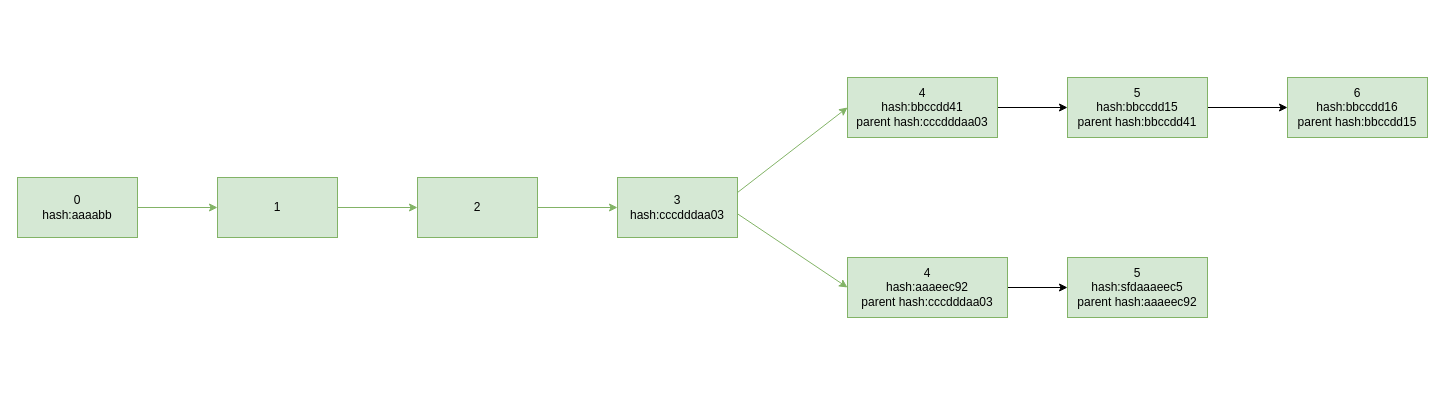
The draw.io diagram drawio/SwitchFork分析.drawio in forfreeday/design, before the edit. Source tidied: cells renumbered, new cells numbered last; positions are measured from the earlier drawing's top-left corner, leaving out a move shared by most shapes. Both pictures are drawn from the tidied source at 100%, with x=0, y=0 at pixel (17, 77).
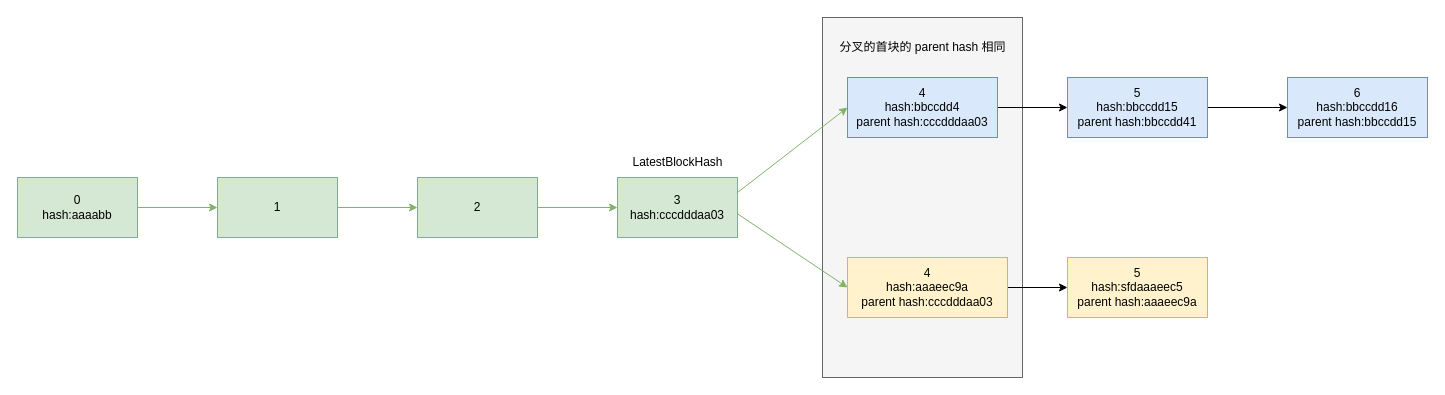
Above is the later version.

Diff of the diagram source:
```diff
@@
+    <mxCell id="19" style="rounded=0;whiteSpace=wrap;html=1;fillColor=#f5f5f5;fontColor=#333333;strokeColor=#666666;" parent="1" vertex="1">
+      <mxGeometry x="805" y="-60" width="200" height="360" as="geometry" />
+    </mxCell>
@@
-    <mxCell id="10" value="4&lt;br&gt;hash:bbccdd41&lt;br&gt;parent hash:cccdddaa03" style="rounded=0;whiteSpace=wrap;html=1;fillColor=#d5e8d4;strokeColor=#82b366;" parent="1" vertex="1">
+    <mxCell id="10" value="4&lt;br&gt;hash:bbccdd4&lt;br&gt;parent hash:cccdddaa03" style="rounded=0;whiteSpace=wrap;html=1;fillColor=#dae8fc;strokeColor=#6c8ebf;" parent="1" vertex="1">
       <mxGeometry x="830" width="150" height="60" as="geometry" />
     </mxCell>
@@
-    <mxCell id="13" value="4&lt;br&gt;hash:aaaeec92&lt;br&gt;parent hash:cccdddaa03" style="rounded=0;whiteSpace=wrap;html=1;fillColor=#d5e8d4;strokeColor=#82b366;" parent="1" vertex="1">
+    <mxCell id="13" value="4&lt;br&gt;hash:aaaeec9a&lt;br&gt;parent hash:cccdddaa03" style="rounded=0;whiteSpace=wrap;html=1;fillColor=#fff2cc;strokeColor=#d6b656;" parent="1" vertex="1">
       <mxGeometry x="830" y="180" width="160" height="60" as="geometry" />
     </mxCell>
@@
-    <mxCell id="16" value="5&lt;br&gt;hash:bbccdd15&lt;br&gt;parent hash:bbccdd41" style="rounded=0;whiteSpace=wrap;html=1;fillColor=#d5e8d4;strokeColor=#82b366;" parent="1" vertex="1">
+    <mxCell id="16" value="5&lt;br&gt;hash:bbccdd15&lt;br&gt;parent hash:bbccdd41" style="rounded=0;whiteSpace=wrap;html=1;fillColor=#dae8fc;strokeColor=#6c8ebf;" parent="1" vertex="1">
       <mxGeometry x="1050" width="140" height="60" as="geometry" />
     </mxCell>
-    <mxCell id="17" value="5&lt;br&gt;hash:sfdaaaeec5&lt;br&gt;parent hash:aaaeec92" style="rounded=0;whiteSpace=wrap;html=1;fillColor=#d5e8d4;strokeColor=#82b366;" parent="1" vertex="1">
+    <mxCell id="17" value="5&lt;br&gt;hash:sfdaaaeec5&lt;br&gt;parent hash:aaaeec9a" style="rounded=0;whiteSpace=wrap;html=1;fillColor=#fff2cc;strokeColor=#d6b656;" parent="1" vertex="1">
       <mxGeometry x="1050" y="180" width="140" height="60" as="geometry" />
     </mxCell>
-    <mxCell id="18" value="6&lt;br&gt;hash:bbccdd16&lt;br&gt;parent hash:bbccdd15" style="rounded=0;whiteSpace=wrap;html=1;fillColor=#d5e8d4;strokeColor=#82b366;" parent="1" vertex="1">
+    <mxCell id="18" value="6&lt;br&gt;hash:bbccdd16&lt;br&gt;parent hash:bbccdd15" style="rounded=0;whiteSpace=wrap;html=1;fillColor=#dae8fc;strokeColor=#6c8ebf;" parent="1" vertex="1">
       <mxGeometry x="1270" width="140" height="60" as="geometry" />
     </mxCell>
+    <mxCell id="20" value="LatestBlockHash" style="text;html=1;align=center;verticalAlign=middle;strokeColor=none;fillColor=none;" parent="1" vertex="1">
+      <mxGeometry x="605" y="70" width="110" height="30" as="geometry" />
+    </mxCell>
+    <mxCell id="21" value="分叉的首块的 parent hash 相同" style="text;html=1;align=center;verticalAlign=middle;strokeColor=none;fillColor=none;" parent="1" vertex="1">
+      <mxGeometry x="810" y="-45" width="190" height="30" as="geometry" />
+    </mxCell>
```
